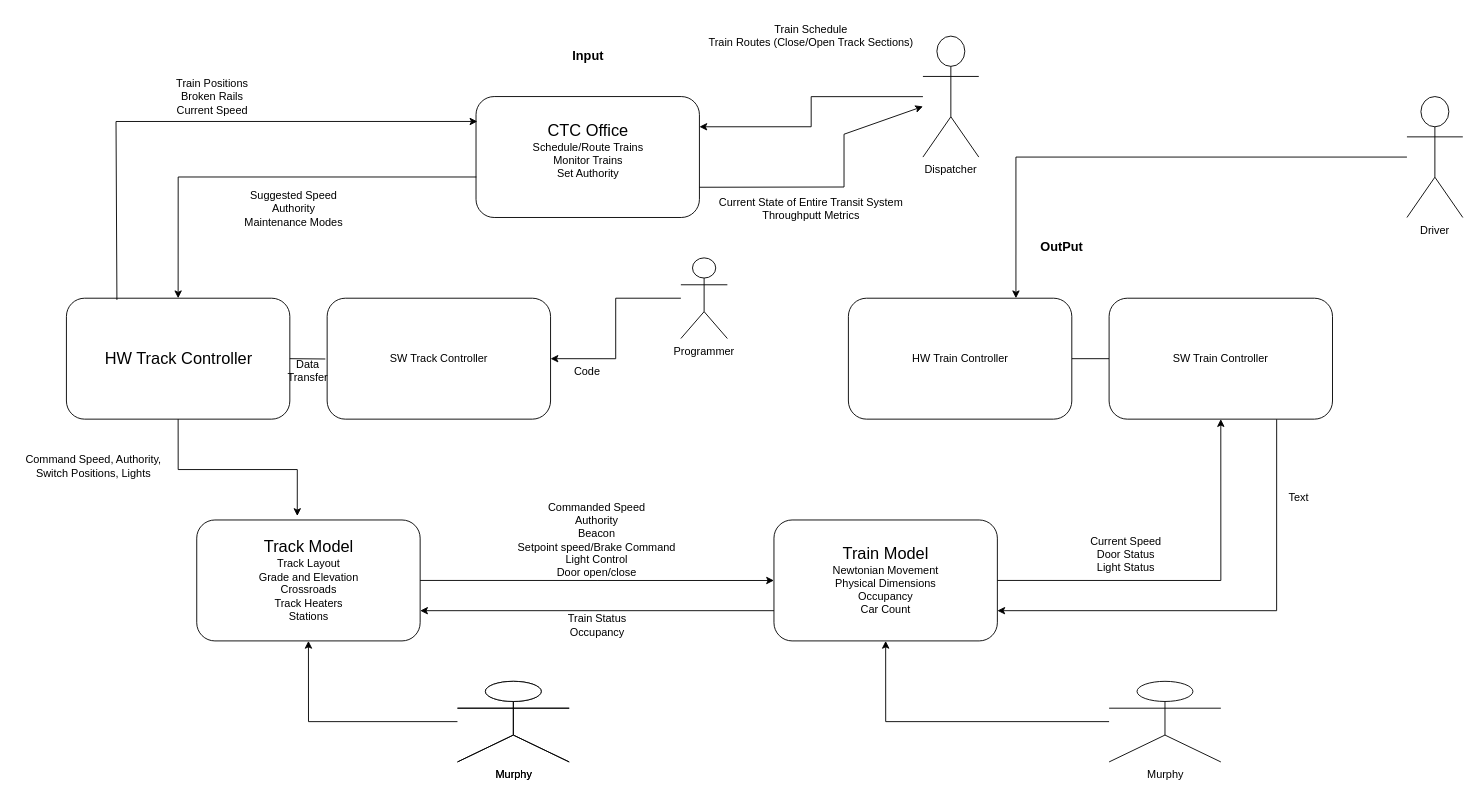
The draw.io diagram Untitled Diagram.drawio in JasonM3687/ECE-1140-Group-5, before the edit. Source tidied: cells renumbered, new cells numbered last; positions are measured from the earlier drawing's top-left corner, leaving out a move shared by most shapes. Both pictures are drawn from the tidied source at 91%, with x=0, y=0 at pixel (15, 15).
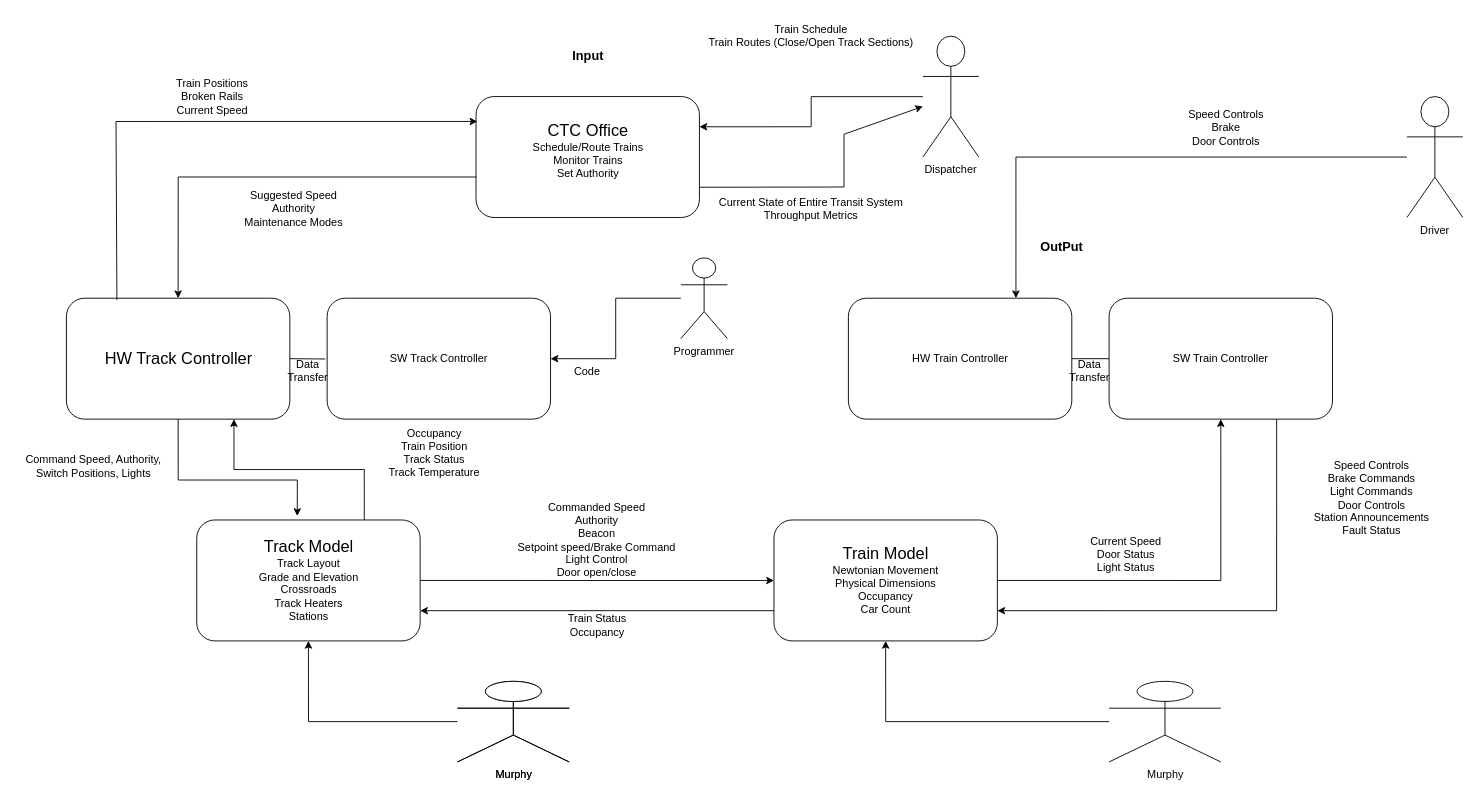
The same page after the edit.

The change refers to these unchanged cells:
```xml
<mxCell id="3" value="&lt;div&gt;&lt;font style=&quot;font-size: 18px&quot;&gt;HW Track Controller&lt;/font&gt;&lt;/div&gt;" style="rounded=1;whiteSpace=wrap;html=1;" parent="1" vertex="1">
  <mxGeometry x="55.5" y="310.2" width="245.5" height="132.9" as="geometry" />
</mxCell>
<mxCell id="6" value="&lt;div&gt;&lt;font style=&quot;font-size: 18px&quot;&gt;Track Model&lt;/font&gt;&lt;/div&gt;&lt;div&gt;Track Layout&lt;/div&gt;&lt;div&gt;Grade and Elevation&lt;/div&gt;&lt;div&gt;Crossroads&lt;/div&gt;&lt;div&gt;Track Heaters&lt;/div&gt;&lt;div&gt;Stations&lt;br&gt;&lt;/div&gt;" style="rounded=1;whiteSpace=wrap;html=1;" parent="1" vertex="1">
  <mxGeometry x="198.7" y="553.9" width="245.5" height="132.9" as="geometry" />
</mxCell>
```

Change to the diagram source:
```diff
@@
+    <mxCell id="43" style="edgeStyle=orthogonalEdgeStyle;rounded=0;jettySize=auto;html=1;exitX=0.75;exitY=0;exitDx=0;exitDy=0;entryX=0.75;entryY=1;entryDx=0;entryDy=0;startArrow=none;startFill=0;endArrow=classic;endFill=1;" parent="1" edge="1" source="6" target="3">
+      <mxGeometry relative="1" as="geometry" />
+    </mxCell>
@@
     <mxCell id="7" style="edgeStyle=orthogonalEdgeStyle;rounded=0;jettySize=auto;html=1;exitX=0.5;exitY=1;exitDx=0;exitDy=0;entryX=0.45;entryY=-0.033;entryDx=0;entryDy=0;entryPerimeter=0;" parent="1" edge="1" source="3" target="6">
-      <mxGeometry x="-550" y="310" as="geometry" />
+      <mxGeometry x="-550" y="310" as="geometry">
+        <Array as="points">
+          <mxPoint x="178" y="510" />
+          <mxPoint x="309" y="510" />
+        </Array>
+      </mxGeometry>
     </mxCell>
@@
-    <mxCell id="35" value="&lt;div&gt;Current State of Entire Transit System&lt;/div&gt;&lt;div&gt;Throughputt Metrics&lt;br&gt;&lt;/div&gt;" style="text;html=1;strokeColor=none;fillColor=none;align=center;verticalAlign=middle;whiteSpace=wrap;rounded=0;" parent="1" vertex="1">
+    <mxCell id="35" value="&lt;div&gt;Current State of Entire Transit System&lt;/div&gt;&lt;div&gt;Throughput Metrics&lt;br&gt;&lt;/div&gt;" style="text;html=1;strokeColor=none;fillColor=none;align=center;verticalAlign=middle;whiteSpace=wrap;rounded=0;" parent="1" vertex="1">
       <mxGeometry x="763.9" y="201.6" width="220" height="20" as="geometry" />
     </mxCell>
@@
-    <mxCell id="42" value="Text" style="text;html=1;strokeColor=none;fillColor=none;align=center;verticalAlign=middle;whiteSpace=wrap;rounded=0;" parent="1" vertex="1">
-      <mxGeometry x="1390" y="520" width="40" height="20" as="geometry" />
+    <mxCell id="42" value="&lt;div&gt;Speed Controls&lt;/div&gt;&lt;div&gt;Brake Commands&lt;/div&gt;&lt;div&gt;Light Commands&lt;/div&gt;&lt;div&gt;Door Controls&lt;/div&gt;&lt;div&gt;Station Announcements&lt;/div&gt;&lt;div&gt;Fault Status&lt;br&gt;&lt;/div&gt;" style="text;html=1;strokeColor=none;fillColor=none;align=center;verticalAlign=middle;whiteSpace=wrap;rounded=0;" parent="1" vertex="1">
+      <mxGeometry x="1390" y="520" width="200" height="20" as="geometry" />
     </mxCell>
+    <mxCell id="44" value="&lt;div&gt;Speed Controls&lt;/div&gt;&lt;div&gt;Brake&lt;/div&gt;&lt;div&gt;Door Controls&lt;/div&gt;&lt;div&gt;&lt;br&gt;&lt;/div&gt;" style="text;html=1;strokeColor=none;fillColor=none;align=center;verticalAlign=middle;whiteSpace=wrap;rounded=0;" parent="1" vertex="1">
+      <mxGeometry x="1210" y="120" width="240" height="20" as="geometry" />
+    </mxCell>
+    <mxCell id="45" value="&lt;div&gt;Occupancy&lt;/div&gt;&lt;div&gt;Train Position&lt;/div&gt;&lt;div&gt;Track Status&lt;/div&gt;&lt;div&gt;Track Temperature&lt;br&gt;&lt;/div&gt;" style="text;html=1;strokeColor=none;fillColor=none;align=center;verticalAlign=middle;whiteSpace=wrap;rounded=0;" parent="1" vertex="1">
+      <mxGeometry x="370" y="470" width="180" height="20" as="geometry" />
+    </mxCell>
+    <mxCell id="46" value="Data Transfer" style="text;html=1;strokeColor=none;fillColor=none;align=center;verticalAlign=middle;whiteSpace=wrap;rounded=0;" parent="1" vertex="1">
+      <mxGeometry x="1160.3" y="380" width="40" height="20" as="geometry" />
+    </mxCell>
```
